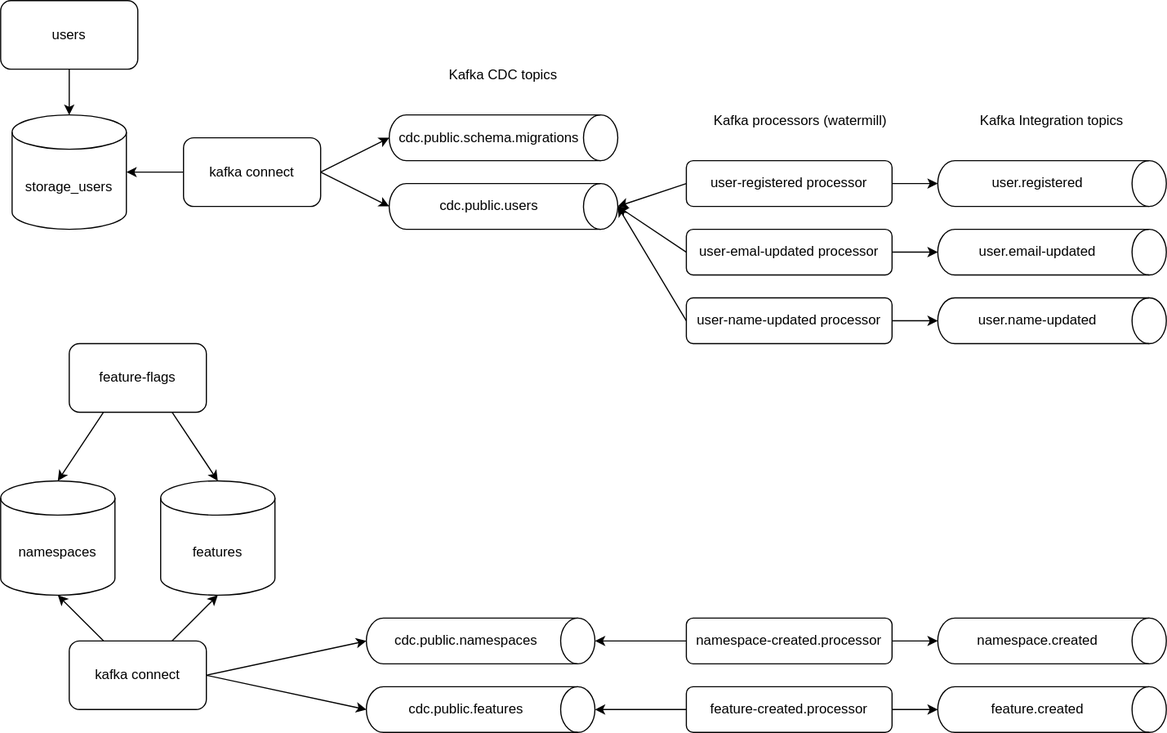
The draw.io diagram docs/design.drawio.svg in Turao/study, before a commit. Source tidied: cells renumbered, new cells last; positions are measured from the earlier drawing's top-left corner, leaving out a move shared by most shapes.
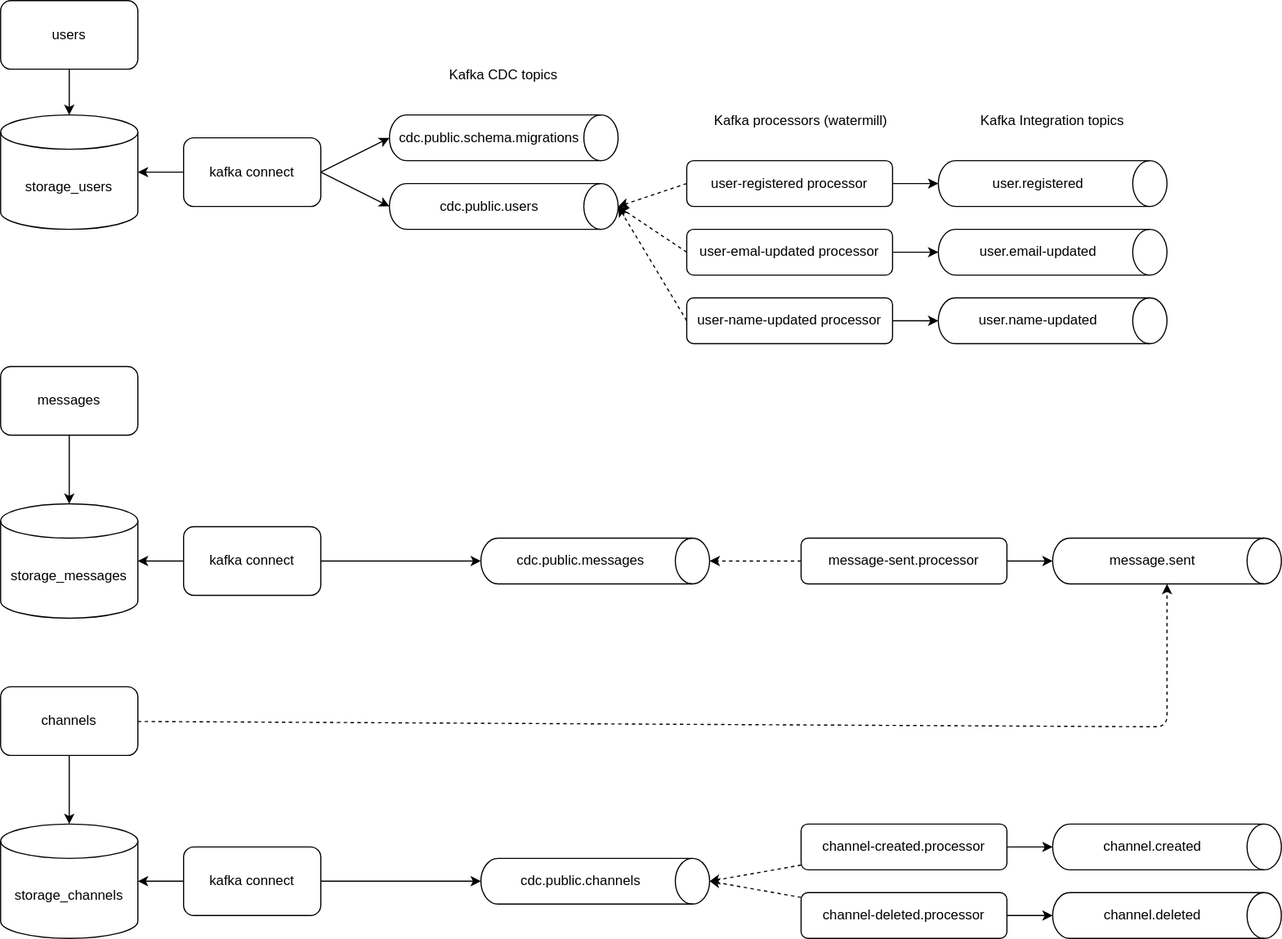
Later version of the same file.

What changed in the source:
```diff
@@ -20,7 +20,7 @@
     <mxCell id="7" value="&lt;font color=&quot;#000000&quot;&gt;kafka connect&lt;/font&gt;" style="rounded=1;whiteSpace=wrap;html=1;fillColor=none;strokeColor=#000000;" parent="1" vertex="1">
       <mxGeometry x="160" y="120" width="120" height="60" as="geometry" />
     </mxCell>
-    <mxCell id="8" style="edgeStyle=none;rounded=1;html=1;strokeColor=#000000;fontColor=#000000;entryX=0.5;entryY=0;entryDx=0;entryDy=0;entryPerimeter=0;exitX=0;exitY=0.5;exitDx=0;exitDy=0;" parent="1" edge="1" source="10" target="17">
+    <mxCell id="8" style="edgeStyle=none;rounded=1;html=1;strokeColor=#000000;fontColor=#000000;entryX=0.5;entryY=0;entryDx=0;entryDy=0;entryPerimeter=0;exitX=0;exitY=0.5;exitDx=0;exitDy=0;dashed=1;" parent="1" edge="1" source="10" target="17">
       <mxGeometry relative="1" as="geometry" />
     </mxCell>
     <mxCell id="9" style="edgeStyle=none;rounded=1;html=1;strokeColor=#000000;fontColor=#000000;" parent="1" edge="1" source="10" target="20">
@@ -29,10 +29,10 @@
     <mxCell id="10" value="&lt;font color=&quot;#000000&quot;&gt;user-registered processor&lt;/font&gt;" style="rounded=1;whiteSpace=wrap;html=1;fillColor=none;strokeColor=#000000;" parent="1" vertex="1">
       <mxGeometry x="600" y="140" width="180" height="40" as="geometry" />
     </mxCell>
-    <mxCell id="11" style="edgeStyle=none;rounded=1;html=1;strokeColor=#000000;fontColor=#000000;exitX=0;exitY=0.5;exitDx=0;exitDy=0;entryX=0.5;entryY=0;entryDx=0;entryDy=0;entryPerimeter=0;" parent="1" edge="1" source="16" target="17">
+    <mxCell id="11" style="edgeStyle=none;rounded=1;html=1;strokeColor=#000000;fontColor=#000000;exitX=0;exitY=0.5;exitDx=0;exitDy=0;entryX=0.5;entryY=0;entryDx=0;entryDy=0;entryPerimeter=0;dashed=1;" parent="1" edge="1" source="16" target="17">
       <mxGeometry relative="1" as="geometry" />
     </mxCell>
-    <mxCell id="12" style="edgeStyle=none;rounded=1;html=1;strokeColor=#000000;fontColor=#000000;entryX=0.5;entryY=0;entryDx=0;entryDy=0;entryPerimeter=0;exitX=0;exitY=0.5;exitDx=0;exitDy=0;" parent="1" edge="1" source="14" target="17">
+    <mxCell id="12" style="edgeStyle=none;rounded=1;html=1;strokeColor=#000000;fontColor=#000000;entryX=0.5;entryY=0;entryDx=0;entryDy=0;entryPerimeter=0;exitX=0;exitY=0.5;exitDx=0;exitDy=0;dashed=1;" parent="1" edge="1" source="14" target="17">
       <mxGeometry relative="1" as="geometry" />
     </mxCell>
     <mxCell id="13" style="edgeStyle=none;rounded=1;html=1;strokeColor=#000000;fontColor=#000000;" parent="1" edge="1" source="14" target="21">
@@ -51,7 +51,7 @@
       <mxGeometry x="340" y="160" width="200" height="40" as="geometry" />
     </mxCell>
     <mxCell id="18" value="storage_users" style="shape=cylinder3;whiteSpace=wrap;html=1;boundedLbl=1;backgroundOutline=1;size=15;strokeColor=#000000;fontColor=#000000;fillColor=none;" parent="1" vertex="1">
-      <mxGeometry x="10" y="100" width="100" height="100" as="geometry" />
+      <mxGeometry y="100" width="120" height="100" as="geometry" />
     </mxCell>
     <mxCell id="19" value="cdc.public.schema.migrations" style="shape=cylinder3;whiteSpace=wrap;html=1;boundedLbl=1;backgroundOutline=1;size=15;strokeColor=#000000;fontColor=#000000;fillColor=none;direction=south;" parent="1" vertex="1">
       <mxGeometry x="340" y="100" width="200" height="40" as="geometry" />
@@ -74,65 +74,90 @@
     <mxCell id="25" value="Kafka processors (watermill)" style="text;html=1;strokeColor=none;fillColor=none;align=center;verticalAlign=middle;whiteSpace=wrap;rounded=0;fontColor=#000000;" parent="1" vertex="1">
       <mxGeometry x="600" y="90" width="200" height="30" as="geometry" />
     </mxCell>
-    <mxCell id="26" style="edgeStyle=none;html=1;exitX=0.25;exitY=1;exitDx=0;exitDy=0;entryX=0.5;entryY=0;entryDx=0;entryDy=0;entryPerimeter=0;strokeColor=#000000;" parent="1" edge="1" source="28" target="29">
-      <mxGeometry relative="1" as="geometry" />
-    </mxCell>
-    <mxCell id="27" style="edgeStyle=none;html=1;exitX=0.75;exitY=1;exitDx=0;exitDy=0;entryX=0.5;entryY=0;entryDx=0;entryDy=0;entryPerimeter=0;strokeColor=#000000;" parent="1" edge="1" source="28" target="30">
-      <mxGeometry relative="1" as="geometry" />
-    </mxCell>
-    <mxCell id="28" value="&lt;font color=&quot;#000000&quot;&gt;feature-flags&lt;/font&gt;" style="rounded=1;whiteSpace=wrap;html=1;fillColor=none;strokeColor=#000000;" parent="1" vertex="1">
-      <mxGeometry x="60" y="300" width="120" height="60" as="geometry" />
-    </mxCell>
-    <mxCell id="29" value="namespaces" style="shape=cylinder3;whiteSpace=wrap;html=1;boundedLbl=1;backgroundOutline=1;size=15;strokeColor=#000000;fontColor=#000000;fillColor=none;" parent="1" vertex="1">
-      <mxGeometry y="420" width="100" height="100" as="geometry" />
-    </mxCell>
-    <mxCell id="30" value="features" style="shape=cylinder3;whiteSpace=wrap;html=1;boundedLbl=1;backgroundOutline=1;size=15;strokeColor=#000000;fontColor=#000000;fillColor=none;" parent="1" vertex="1">
-      <mxGeometry x="140" y="420" width="100" height="100" as="geometry" />
-    </mxCell>
-    <mxCell id="31" style="edgeStyle=none;html=1;exitX=0.75;exitY=0;exitDx=0;exitDy=0;entryX=0.5;entryY=1;entryDx=0;entryDy=0;entryPerimeter=0;strokeColor=#000000;" parent="1" edge="1" source="35" target="30">
-      <mxGeometry relative="1" as="geometry" />
-    </mxCell>
-    <mxCell id="32" style="edgeStyle=none;html=1;exitX=0.25;exitY=0;exitDx=0;exitDy=0;entryX=0.5;entryY=1;entryDx=0;entryDy=0;entryPerimeter=0;strokeColor=#000000;" parent="1" edge="1" source="35" target="29">
-      <mxGeometry relative="1" as="geometry" />
-    </mxCell>
-    <mxCell id="33" style="edgeStyle=none;html=1;strokeColor=#000000;entryX=0.5;entryY=1;entryDx=0;entryDy=0;entryPerimeter=0;exitX=1;exitY=0.5;exitDx=0;exitDy=0;" parent="1" edge="1" source="35" target="36">
-      <mxGeometry relative="1" as="geometry" />
-    </mxCell>
-    <mxCell id="34" style="edgeStyle=none;html=1;exitX=1;exitY=0.5;exitDx=0;exitDy=0;entryX=0.5;entryY=1;entryDx=0;entryDy=0;entryPerimeter=0;strokeColor=#000000;" parent="1" edge="1" source="35" target="37">
-      <mxGeometry relative="1" as="geometry" />
-    </mxCell>
-    <mxCell id="35" value="&lt;font color=&quot;#000000&quot;&gt;kafka connect&lt;/font&gt;" style="rounded=1;whiteSpace=wrap;html=1;fillColor=none;strokeColor=#000000;" parent="1" vertex="1">
-      <mxGeometry x="60" y="560" width="120" height="60" as="geometry" />
-    </mxCell>
-    <mxCell id="36" value="cdc.public.namespaces" style="shape=cylinder3;whiteSpace=wrap;html=1;boundedLbl=1;backgroundOutline=1;size=15;strokeColor=#000000;fontColor=#000000;fillColor=none;direction=south;" parent="1" vertex="1">
-      <mxGeometry x="320" y="540" width="200" height="40" as="geometry" />
-    </mxCell>
-    <mxCell id="37" value="cdc.public.features" style="shape=cylinder3;whiteSpace=wrap;html=1;boundedLbl=1;backgroundOutline=1;size=15;strokeColor=#000000;fontColor=#000000;fillColor=none;direction=south;" parent="1" vertex="1">
-      <mxGeometry x="320" y="600" width="200" height="40" as="geometry" />
-    </mxCell>
-    <mxCell id="38" style="edgeStyle=none;html=1;strokeColor=#000000;" parent="1" edge="1" source="40" target="36">
-      <mxGeometry relative="1" as="geometry" />
-    </mxCell>
-    <mxCell id="39" style="edgeStyle=none;html=1;strokeColor=#000000;" parent="1" edge="1" source="40" target="44">
-      <mxGeometry relative="1" as="geometry" />
-    </mxCell>
-    <mxCell id="40" value="&lt;font color=&quot;#000000&quot;&gt;namespace-created.processor&lt;/font&gt;" style="rounded=1;whiteSpace=wrap;html=1;fillColor=none;strokeColor=#000000;" parent="1" vertex="1">
-      <mxGeometry x="600" y="540" width="180" height="40" as="geometry" />
-    </mxCell>
-    <mxCell id="41" style="edgeStyle=none;html=1;strokeColor=#000000;" parent="1" edge="1" source="43" target="37">
-      <mxGeometry relative="1" as="geometry" />
-    </mxCell>
-    <mxCell id="42" style="edgeStyle=none;html=1;strokeColor=#000000;" parent="1" edge="1" source="43" target="45">
-      <mxGeometry relative="1" as="geometry" />
-    </mxCell>
-    <mxCell id="43" value="&lt;font color=&quot;#000000&quot;&gt;feature-created.processor&lt;/font&gt;" style="rounded=1;whiteSpace=wrap;html=1;fillColor=none;strokeColor=#000000;" parent="1" vertex="1">
-      <mxGeometry x="600" y="600" width="180" height="40" as="geometry" />
-    </mxCell>
-    <mxCell id="44" value="namespace.created" style="shape=cylinder3;whiteSpace=wrap;html=1;boundedLbl=1;backgroundOutline=1;size=15;strokeColor=#000000;fontColor=#000000;fillColor=none;direction=south;" parent="1" vertex="1">
-      <mxGeometry x="820" y="540" width="200" height="40" as="geometry" />
-    </mxCell>
-    <mxCell id="45" value="feature.created" style="shape=cylinder3;whiteSpace=wrap;html=1;boundedLbl=1;backgroundOutline=1;size=15;strokeColor=#000000;fontColor=#000000;fillColor=none;direction=south;" parent="1" vertex="1">
-      <mxGeometry x="820" y="600" width="200" height="40" as="geometry" />
-    </mxCell>
+    <mxCell id="46" style="edgeStyle=none;html=1;exitX=0.5;exitY=1;exitDx=0;exitDy=0;entryX=0.5;entryY=0;entryDx=0;entryDy=0;entryPerimeter=0;strokeColor=#000000;" parent="1" edge="1" source="47" target="48">
+      <mxGeometry relative="1" as="geometry" />
+    </mxCell>
+    <mxCell id="47" value="&lt;font color=&quot;#000000&quot;&gt;messages&lt;/font&gt;" style="rounded=1;whiteSpace=wrap;html=1;fillColor=none;strokeColor=#000000;" parent="1" vertex="1">
+      <mxGeometry y="320" width="120" height="60" as="geometry" />
+    </mxCell>
+    <mxCell id="48" value="storage_messages" style="shape=cylinder3;whiteSpace=wrap;html=1;boundedLbl=1;backgroundOutline=1;size=15;strokeColor=#000000;fontColor=#000000;fillColor=none;" parent="1" vertex="1">
+      <mxGeometry y="440" width="120" height="100" as="geometry" />
+    </mxCell>
+    <mxCell id="49" style="edgeStyle=none;html=1;strokeColor=#000000;entryX=0.5;entryY=1;entryDx=0;entryDy=0;entryPerimeter=0;exitX=1;exitY=0.5;exitDx=0;exitDy=0;" parent="1" edge="1" source="51" target="52">
+      <mxGeometry relative="1" as="geometry" />
+    </mxCell>
+    <mxCell id="50" style="edgeStyle=none;html=1;strokeColor=#000000;" parent="1" edge="1" source="51" target="48">
+      <mxGeometry relative="1" as="geometry" />
+    </mxCell>
+    <mxCell id="51" value="&lt;font color=&quot;#000000&quot;&gt;kafka connect&lt;/font&gt;" style="rounded=1;whiteSpace=wrap;html=1;fillColor=none;strokeColor=#000000;" parent="1" vertex="1">
+      <mxGeometry x="160" y="460" width="120" height="60" as="geometry" />
+    </mxCell>
+    <mxCell id="52" value="cdc.public.messages" style="shape=cylinder3;whiteSpace=wrap;html=1;boundedLbl=1;backgroundOutline=1;size=15;strokeColor=#000000;fontColor=#000000;fillColor=none;direction=south;" parent="1" vertex="1">
+      <mxGeometry x="420" y="470" width="200" height="40" as="geometry" />
+    </mxCell>
+    <mxCell id="53" style="edgeStyle=none;html=1;strokeColor=#000000;entryX=0.5;entryY=0;entryDx=0;entryDy=0;entryPerimeter=0;dashed=1;" parent="1" edge="1" source="55" target="52">
+      <mxGeometry relative="1" as="geometry" />
+    </mxCell>
+    <mxCell id="54" style="edgeStyle=none;html=1;strokeColor=#000000;" parent="1" edge="1" source="55" target="56">
+      <mxGeometry relative="1" as="geometry" />
+    </mxCell>
+    <mxCell id="55" value="&lt;font color=&quot;#000000&quot;&gt;message-sent.processor&lt;/font&gt;" style="rounded=1;whiteSpace=wrap;html=1;fillColor=none;strokeColor=#000000;" parent="1" vertex="1">
+      <mxGeometry x="700" y="470" width="180" height="40" as="geometry" />
+    </mxCell>
+    <mxCell id="56" value="message.sent" style="shape=cylinder3;whiteSpace=wrap;html=1;boundedLbl=1;backgroundOutline=1;size=15;strokeColor=#000000;fontColor=#000000;fillColor=none;direction=south;" parent="1" vertex="1">
+      <mxGeometry x="920" y="470" width="200" height="40" as="geometry" />
+    </mxCell>
+    <mxCell id="57" style="edgeStyle=none;html=1;exitX=0.5;exitY=1;exitDx=0;exitDy=0;entryX=0.5;entryY=0;entryDx=0;entryDy=0;entryPerimeter=0;strokeColor=#000000;" parent="1" edge="1" source="59" target="60">
+      <mxGeometry relative="1" as="geometry" />
+    </mxCell>
+    <mxCell id="58" style="edgeStyle=none;html=1;strokeColor=#000000;entryX=1;entryY=0.5;entryDx=0;entryDy=0;entryPerimeter=0;dashed=1;" parent="1" edge="1" source="59" target="56">
+      <mxGeometry relative="1" as="geometry">
+        <Array as="points">
+          <mxPoint x="1020" y="635" />
+        </Array>
+      </mxGeometry>
+    </mxCell>
+    <mxCell id="59" value="&lt;font color=&quot;#000000&quot;&gt;channels&lt;/font&gt;" style="rounded=1;whiteSpace=wrap;html=1;fillColor=none;strokeColor=#000000;" parent="1" vertex="1">
+      <mxGeometry y="600" width="120" height="60" as="geometry" />
+    </mxCell>
+    <mxCell id="60" value="storage_channels" style="shape=cylinder3;whiteSpace=wrap;html=1;boundedLbl=1;backgroundOutline=1;size=15;strokeColor=#000000;fontColor=#000000;fillColor=none;" parent="1" vertex="1">
+      <mxGeometry y="720" width="120" height="100" as="geometry" />
+    </mxCell>
+    <mxCell id="61" style="edgeStyle=none;html=1;strokeColor=#000000;entryX=0.5;entryY=1;entryDx=0;entryDy=0;entryPerimeter=0;exitX=1;exitY=0.5;exitDx=0;exitDy=0;" parent="1" edge="1" source="63" target="64">
+      <mxGeometry relative="1" as="geometry" />
+    </mxCell>
+    <mxCell id="62" style="edgeStyle=none;html=1;strokeColor=#000000;" parent="1" edge="1" source="63" target="60">
+      <mxGeometry relative="1" as="geometry" />
+    </mxCell>
+    <mxCell id="63" value="&lt;font color=&quot;#000000&quot;&gt;kafka connect&lt;/font&gt;" style="rounded=1;whiteSpace=wrap;html=1;fillColor=none;strokeColor=#000000;" parent="1" vertex="1">
+      <mxGeometry x="160" y="740" width="120" height="60" as="geometry" />
+    </mxCell>
+    <mxCell id="64" value="cdc.public.channels" style="shape=cylinder3;whiteSpace=wrap;html=1;boundedLbl=1;backgroundOutline=1;size=15;strokeColor=#000000;fontColor=#000000;fillColor=none;direction=south;" parent="1" vertex="1">
+      <mxGeometry x="420" y="750" width="200" height="40" as="geometry" />
+    </mxCell>
+    <mxCell id="65" style="edgeStyle=none;html=1;strokeColor=#000000;entryX=0.5;entryY=0;entryDx=0;entryDy=0;entryPerimeter=0;dashed=1;" parent="1" edge="1" source="67" target="64">
+      <mxGeometry relative="1" as="geometry" />
+    </mxCell>
+    <mxCell id="66" style="edgeStyle=none;html=1;strokeColor=#000000;" parent="1" edge="1" source="67" target="71">
+      <mxGeometry relative="1" as="geometry" />
+    </mxCell>
+    <mxCell id="67" value="&lt;font color=&quot;#000000&quot;&gt;channel-created.processor&lt;/font&gt;" style="rounded=1;whiteSpace=wrap;html=1;fillColor=none;strokeColor=#000000;" parent="1" vertex="1">
+      <mxGeometry x="700" y="720" width="180" height="40" as="geometry" />
+    </mxCell>
+    <mxCell id="68" style="edgeStyle=none;html=1;strokeColor=#000000;entryX=0.5;entryY=0;entryDx=0;entryDy=0;entryPerimeter=0;dashed=1;" parent="1" edge="1" source="70" target="64">
+      <mxGeometry relative="1" as="geometry" />
+    </mxCell>
+    <mxCell id="69" style="edgeStyle=none;html=1;strokeColor=#000000;" parent="1" edge="1" source="70" target="72">
+      <mxGeometry relative="1" as="geometry" />
+    </mxCell>
+    <mxCell id="70" value="&lt;font color=&quot;#000000&quot;&gt;channel-deleted.processor&lt;/font&gt;" style="rounded=1;whiteSpace=wrap;html=1;fillColor=none;strokeColor=#000000;" parent="1" vertex="1">
+      <mxGeometry x="700" y="780" width="180" height="40" as="geometry" />
+    </mxCell>
+    <mxCell id="71" value="channel.created" style="shape=cylinder3;whiteSpace=wrap;html=1;boundedLbl=1;backgroundOutline=1;size=15;strokeColor=#000000;fontColor=#000000;fillColor=none;direction=south;" parent="1" vertex="1">
+      <mxGeometry x="920" y="720" width="200" height="40" as="geometry" />
+    </mxCell>
+    <mxCell id="72" value="channel.deleted" style="shape=cylinder3;whiteSpace=wrap;html=1;boundedLbl=1;backgroundOutline=1;size=15;strokeColor=#000000;fontColor=#000000;fillColor=none;direction=south;" parent="1" vertex="1">
+      <mxGeometry x="920" y="780" width="200" height="40" as="geometry" />
+    </mxCell>
   </root>
 </mxGraphModel>
```
